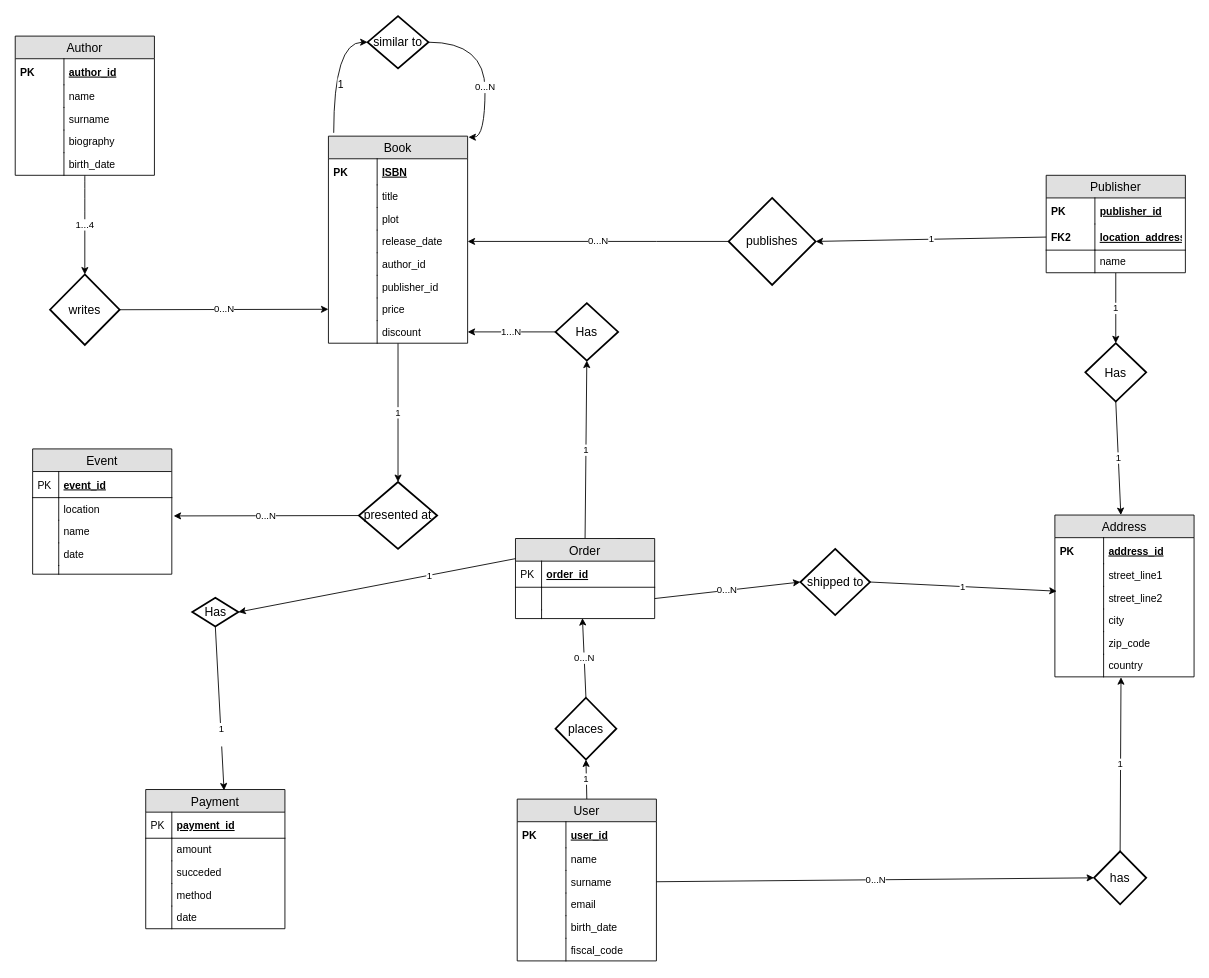
The draw.io diagram other/er_diagram/ER.drawio in malta895/hypermedia-project, before the edit. Source tidied: cells renumbered, new cells numbered last; positions are measured from the earlier drawing's top-left corner, leaving out a move shared by most shapes. Both pictures are drawn from the tidied source at 87%, with x=0, y=0 at pixel (15, 16).
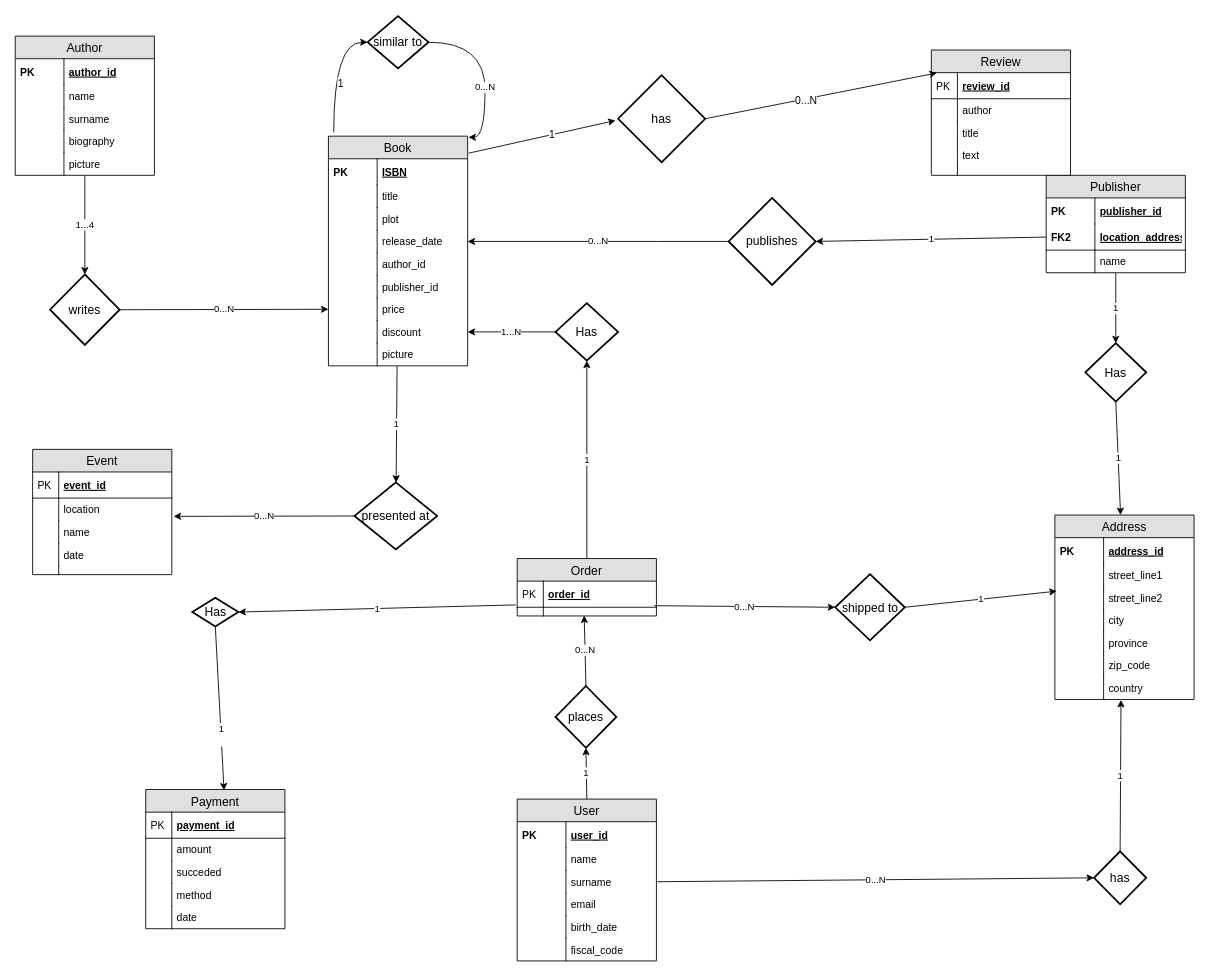
The same diagram, later.

The change refers to these unchanged cells:
```xml
<mxCell id="56" value="Author" style="swimlane;fontStyle=0;horizontal=1;startSize=26;fillColor=#e0e0e0;swimlaneFillColor=#ffffff;align=center;fontSize=14;" parent="1" vertex="1">
  <mxGeometry y="23" width="160" height="160" as="geometry" />
</mxCell>
<mxCell id="122" value="Has" style="shape=rhombus;strokeWidth=2;fontSize=17;perimeter=rhombusPerimeter;whiteSpace=wrap;html=1;align=center;fontSize=14;" parent="1" vertex="1">
  <mxGeometry x="203.5" y="668.5" width="53" height="33" as="geometry" />
</mxCell>
```

What changed in the source:
```diff
@@
     <mxCell id="10" value="Address" style="swimlane;fontStyle=0;horizontal=1;startSize=26;fillColor=#e0e0e0;swimlaneFillColor=#ffffff;align=center;fontSize=14;" parent="1" vertex="1">
-      <mxGeometry x="1195" y="573.5" width="160" height="186" as="geometry" />
+      <mxGeometry x="1195" y="573.5" width="160" height="212" as="geometry" />
     </mxCell>
@@
+    <mxCell id="123" value="province" style="shape=partialRectangle;top=0;left=0;right=0;bottom=0;align=left;verticalAlign=top;fillColor=none;spacingLeft=60;spacingRight=4;overflow=hidden;fontSize=12;" parent="10" vertex="1">
+      <mxGeometry y="134" width="160" height="26" as="geometry" />
+    </mxCell>
+    <mxCell id="124" style="shape=partialRectangle;top=0;left=0;bottom=0;fillColor=none;align=left;verticalAlign=top;spacingLeft=4;spacingRight=4;overflow=hidden;fontSize=12;" parent="123" vertex="1">
+      <mxGeometry width="56" height="26" as="geometry" />
+    </mxCell>
     <mxCell id="19" value="zip_code" style="shape=partialRectangle;top=0;left=0;right=0;bottom=0;align=left;verticalAlign=top;fillColor=none;spacingLeft=60;spacingRight=4;overflow=hidden;fontSize=12;" parent="10" vertex="1">
-      <mxGeometry y="134" width="160" height="26" as="geometry" />
+      <mxGeometry y="160" width="160" height="26" as="geometry" />
     </mxCell>
@@
     <mxCell id="21" value="country" style="shape=partialRectangle;top=0;left=0;right=0;bottom=0;align=left;verticalAlign=top;fillColor=none;spacingLeft=60;spacingRight=4;overflow=hidden;points=[[0,0.5],[1,0.5]];portConstraint=eastwest;fontSize=12;" parent="10" vertex="1">
-      <mxGeometry y="160" width="160" height="26" as="geometry" />
+      <mxGeometry y="186" width="160" height="26" as="geometry" />
     </mxCell>
@@
     <mxCell id="38" value="Book" style="swimlane;fontStyle=0;horizontal=1;startSize=26;fillColor=#e0e0e0;swimlaneFillColor=#ffffff;align=center;fontSize=14;" parent="1" vertex="1">
-      <mxGeometry x="360" y="138" width="160" height="238" as="geometry" />
+      <mxGeometry x="360" y="138" width="160" height="264" as="geometry" />
     </mxCell>
@@
+    <mxCell id="125" value="picture" style="shape=partialRectangle;top=0;left=0;right=0;bottom=0;align=left;verticalAlign=top;fillColor=none;spacingLeft=60;spacingRight=4;overflow=hidden;fontSize=12;" parent="38" vertex="1">
+      <mxGeometry y="238" width="160" height="26" as="geometry" />
+    </mxCell>
+    <mxCell id="126" style="shape=partialRectangle;top=0;left=0;bottom=0;fillColor=none;align=left;verticalAlign=top;spacingLeft=4;spacingRight=4;overflow=hidden;fontSize=12;" parent="125" vertex="1">
+      <mxGeometry width="56" height="26" as="geometry" />
+    </mxCell>
@@
-    <mxCell id="65" value="birth_date" style="shape=partialRectangle;top=0;left=0;right=0;bottom=0;align=left;verticalAlign=top;fillColor=none;spacingLeft=60;spacingRight=4;overflow=hidden;fontSize=12;" parent="56" vertex="1">
+    <mxCell id="65" value="picture" style="shape=partialRectangle;top=0;left=0;right=0;bottom=0;align=left;verticalAlign=top;fillColor=none;spacingLeft=60;spacingRight=4;overflow=hidden;fontSize=12;" parent="56" vertex="1">
       <mxGeometry y="134" width="160" height="26" as="geometry" />
     </mxCell>
@@
     <mxCell id="67" value="Event" style="swimlane;fontStyle=0;horizontal=1;startSize=26;fillColor=#e0e0e0;swimlaneFillColor=#ffffff;align=center;fontSize=14;" parent="1" vertex="1">
-      <mxGeometry x="20" y="497.5" width="160" height="144" as="geometry" />
+      <mxGeometry x="20" y="498" width="160" height="144" as="geometry" />
     </mxCell>
@@
-    <mxCell id="79" value="1" style="edgeStyle=none;rounded=0;jettySize=auto;html=1;exitX=0.75;exitY=0;exitDx=0;exitDy=0;startArrow=none;startFill=0;endArrow=classic;endFill=1;entryX=1;entryY=0.5;entryDx=0;entryDy=0;" parent="1" edge="1" source="80" target="122">
-      <mxGeometry relative="1" as="geometry" />
+    <mxCell id="79" value="1" style="edgeStyle=none;rounded=0;jettySize=auto;html=1;exitX=-0.013;exitY=-0.115;exitDx=0;exitDy=0;startArrow=none;startFill=0;endArrow=classic;endFill=1;entryX=1;entryY=0.5;entryDx=0;entryDy=0;exitPerimeter=0;" parent="1" edge="1" target="122">
+      <mxGeometry relative="1" as="geometry">
+        <mxPoint x="575.3" y="676.8" as="sourcePoint" />
+      </mxGeometry>
     </mxCell>
     <mxCell id="80" value="Order" style="swimlane;fontStyle=0;horizontal=1;startSize=26;fillColor=#e0e0e0;swimlaneFillColor=#ffffff;align=center;fontSize=14;" parent="1" vertex="1">
-      <mxGeometry x="575" y="600.5" width="160" height="92" as="geometry" />
+      <mxGeometry x="577" y="623.5" width="160" height="66" as="geometry" />
     </mxCell>
@@
-    <mxCell id="83" style="shape=partialRectangle;top=0;left=0;right=0;bottom=0;align=left;verticalAlign=top;fillColor=none;spacingLeft=34;spacingRight=4;overflow=hidden;points=[[0,0.5],[1,0.5]];portConstraint=eastwest;fontSize=12;" parent="80" vertex="1">
-      <mxGeometry y="56" width="160" height="26" as="geometry" />
-    </mxCell>
-    <mxCell id="84" style="shape=partialRectangle;top=0;left=0;bottom=0;fillColor=none;align=left;verticalAlign=top;spacingLeft=4;spacingRight=4;overflow=hidden;fontSize=12;" parent="83" vertex="1">
-      <mxGeometry width="30" height="26" as="geometry" />
-    </mxCell>
     <mxCell id="85" style="shape=partialRectangle;top=0;left=0;right=0;bottom=0;align=left;verticalAlign=top;fillColor=none;spacingLeft=34;spacingRight=4;overflow=hidden;points=[[0,0.5],[1,0.5]];portConstraint=eastwest;fontSize=12;" parent="80" vertex="1">
-      <mxGeometry y="82" width="160" height="10" as="geometry" />
+      <mxGeometry y="56" width="160" height="10" as="geometry" />
     </mxCell>
@@
     <mxCell id="97" value="presented at" style="shape=rhombus;strokeWidth=2;fontSize=17;perimeter=rhombusPerimeter;whiteSpace=wrap;html=1;align=center;fontSize=14;" parent="1" vertex="1">
-      <mxGeometry x="395" y="535.5" width="90" height="77" as="geometry" />
+      <mxGeometry x="390" y="536" width="95" height="77" as="geometry" />
     </mxCell>
@@
     <mxCell id="103" value="shipped to&lt;br&gt;" style="shape=rhombus;strokeWidth=2;fontSize=17;perimeter=rhombusPerimeter;whiteSpace=wrap;html=1;align=center;fontSize=14;" parent="1" vertex="1">
-      <mxGeometry x="902.5" y="612.5" width="80" height="76" as="geometry" />
+      <mxGeometry x="942.5" y="641.5" width="80" height="76" as="geometry" />
     </mxCell>
-    <mxCell id="104" value="0...N&lt;br&gt;" style="edgeStyle=none;rounded=0;jettySize=auto;html=1;exitX=1;exitY=0.5;exitDx=0;exitDy=0;entryX=0;entryY=0.5;entryDx=0;entryDy=0;startArrow=none;startFill=0;endArrow=classic;endFill=1;" parent="1" edge="1" source="83" target="103">
-      <mxGeometry relative="1" as="geometry" />
+    <mxCell id="104" value="0...N&lt;br&gt;" style="edgeStyle=none;rounded=0;jettySize=auto;html=1;exitX=0.985;exitY=-0.071;exitDx=0;exitDy=0;entryX=0;entryY=0.5;entryDx=0;entryDy=0;startArrow=none;startFill=0;endArrow=classic;endFill=1;exitPerimeter=0;" parent="1" edge="1" target="103">
+      <mxGeometry relative="1" as="geometry">
+        <mxPoint x="734.5" y="677.7" as="sourcePoint" />
+      </mxGeometry>
     </mxCell>
@@
     <mxCell id="109" value="places&lt;br&gt;" style="shape=rhombus;strokeWidth=2;fontSize=17;perimeter=rhombusPerimeter;whiteSpace=wrap;html=1;align=center;fontSize=14;" parent="1" vertex="1">
-      <mxGeometry x="621" y="783.5" width="70" height="71" as="geometry" />
+      <mxGeometry x="621" y="770" width="70" height="71" as="geometry" />
     </mxCell>
@@
+    <mxCell id="127" value="Review" style="swimlane;fontStyle=0;horizontal=1;startSize=26;fillColor=#e0e0e0;swimlaneFillColor=#ffffff;align=center;fontSize=14;" parent="1" vertex="1">
+      <mxGeometry x="1053" y="39" width="160" height="144" as="geometry" />
+    </mxCell>
+    <mxCell id="128" value="review_id" style="shape=partialRectangle;top=0;left=0;right=0;bottom=1;align=left;verticalAlign=middle;fillColor=none;spacingLeft=34;spacingRight=4;overflow=hidden;points=[[0,0.5],[1,0.5]];portConstraint=eastwest;fontStyle=5;fontSize=12;" parent="127" vertex="1">
+      <mxGeometry y="26" width="160" height="30" as="geometry" />
+    </mxCell>
+    <mxCell id="129" value="PK" style="shape=partialRectangle;top=0;left=0;bottom=0;fillColor=none;align=left;verticalAlign=middle;spacingLeft=4;spacingRight=4;overflow=hidden;fontSize=12;" parent="128" vertex="1">
+      <mxGeometry width="30" height="30" as="geometry" />
+    </mxCell>
+    <mxCell id="130" value="author" style="shape=partialRectangle;top=0;left=0;right=0;bottom=0;align=left;verticalAlign=top;fillColor=none;spacingLeft=34;spacingRight=4;overflow=hidden;fontSize=12;" parent="127" vertex="1">
+      <mxGeometry y="56" width="160" height="26" as="geometry" />
+    </mxCell>
+    <mxCell id="131" style="shape=partialRectangle;top=0;left=0;bottom=0;fillColor=none;align=left;verticalAlign=top;spacingLeft=4;spacingRight=4;overflow=hidden;fontSize=12;" parent="130" vertex="1">
+      <mxGeometry width="30" height="26" as="geometry" />
+    </mxCell>
+    <mxCell id="132" value="title" style="shape=partialRectangle;top=0;left=0;right=0;bottom=0;align=left;verticalAlign=top;fillColor=none;spacingLeft=34;spacingRight=4;overflow=hidden;fontSize=12;" parent="127" vertex="1">
+      <mxGeometry y="82" width="160" height="26" as="geometry" />
+    </mxCell>
+    <mxCell id="133" style="shape=partialRectangle;top=0;left=0;bottom=0;fillColor=none;align=left;verticalAlign=top;spacingLeft=4;spacingRight=4;overflow=hidden;fontSize=12;" parent="132" vertex="1">
+      <mxGeometry width="30" height="26" as="geometry" />
+    </mxCell>
+    <mxCell id="134" value="text" style="shape=partialRectangle;top=0;left=0;right=0;bottom=0;align=left;verticalAlign=top;fillColor=none;spacingLeft=34;spacingRight=4;overflow=hidden;fontSize=12;" parent="127" vertex="1">
+      <mxGeometry y="108" width="160" height="26" as="geometry" />
+    </mxCell>
+    <mxCell id="135" style="shape=partialRectangle;top=0;left=0;bottom=0;fillColor=none;align=left;verticalAlign=top;spacingLeft=4;spacingRight=4;overflow=hidden;fontSize=12;" parent="134" vertex="1">
+      <mxGeometry width="30" height="26" as="geometry" />
+    </mxCell>
+    <mxCell id="136" style="shape=partialRectangle;top=0;left=0;right=0;bottom=0;align=left;verticalAlign=top;fillColor=none;spacingLeft=34;spacingRight=4;overflow=hidden;fontSize=12;" parent="127" vertex="1">
+      <mxGeometry y="134" width="160" height="10" as="geometry" />
+    </mxCell>
+    <mxCell id="137" style="shape=partialRectangle;top=0;left=0;bottom=0;fillColor=none;align=left;verticalAlign=top;spacingLeft=4;spacingRight=4;overflow=hidden;fontSize=12;" parent="136" vertex="1">
+      <mxGeometry width="30" height="10" as="geometry" />
+    </mxCell>
+    <mxCell id="138" value="has" style="shape=rhombus;strokeWidth=2;fontSize=17;perimeter=rhombusPerimeter;whiteSpace=wrap;html=1;align=center;fontSize=14;" parent="1" vertex="1">
+      <mxGeometry x="693" y="68" width="100" height="100" as="geometry" />
+    </mxCell>
+    <mxCell id="139" style="endArrow=classic;html=1;exitX=1.008;exitY=0.074;exitDx=0;exitDy=0;exitPerimeter=0;" parent="1" edge="1" source="38">
+      <mxGeometry relative="1" as="geometry">
+        <mxPoint x="690" y="120" as="targetPoint" />
+      </mxGeometry>
+    </mxCell>
+    <mxCell id="140" value="1" style="text;html=1;align=center;verticalAlign=middle;labelBackgroundColor=#ffffff;" parent="139" vertex="1">
+      <mxGeometry x="0.13" relative="1" as="geometry" />
+    </mxCell>
+    <mxCell id="141" style="endArrow=classic;html=1;exitX=1;exitY=0.5;exitDx=0;exitDy=0;entryX=0.04;entryY=0.011;entryDx=0;entryDy=0;entryPerimeter=0;" parent="1" edge="1" source="138" target="128">
+      <mxGeometry relative="1" as="geometry" />
+    </mxCell>
+    <mxCell id="142" value="0...N" style="text;html=1;align=center;verticalAlign=middle;labelBackgroundColor=#ffffff;" parent="141" vertex="1">
+      <mxGeometry x="-0.13" relative="1" as="geometry">
+        <mxPoint y="1" as="offset" />
+      </mxGeometry>
+    </mxCell>
```
